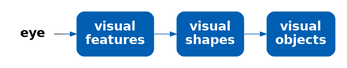
Before: Diagrams/visual-processing.png, a diagram exported from Graphviz (pmur002/hdvw). Its source is kept beside it as Diagrams/visual-processing.dot.
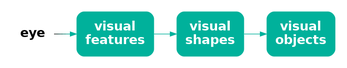
After the commit.

Diff of the diagram source:
```diff
@@ -3,12 +3,12 @@
   node [ fontsize=20; fontname="sans bold"; margin=.2 ];
   eye [ label="eye"; shape=none; ]
   basic [ label="visual\nfeatures"; shape=box;
-       style="filled, rounded"; penwidth=0; fontcolor=white; fillcolor="#005FB2" ]
+       style="filled, rounded"; penwidth=0; fontcolor=white; fillcolor="#00B19B" ]
   shapes [ label="visual\nshapes"; shape=box;
-        style="filled, rounded"; penwidth=0; fontcolor=white; fillcolor="#005FB2" ]
+        style="filled, rounded"; penwidth=0; fontcolor=white; fillcolor="#00B19B" ]
   objects [ label="visual\nobjects"; shape=box;
-         style="filled, rounded"; penwidth=0; fontcolor=white; fillcolor="#005FB2" ]
-  eye -> basic [ color="#000000;0.1:#000B14;0.1:#001528;0.1:#00203B;0.1:#002A4F;0.1:#003563;0.1:#003F77;0.1:#004A8A;0.1:#00549E;0.1:#005FB2;0.1" ]
-  basic -> shapes [ color="#005FB2" ]
-  shapes -> objects [ color="#005FB2" ]
+         style="filled, rounded"; penwidth=0; fontcolor=white; fillcolor="#00B19B" ]
+  eye -> basic [ color="#000000;0.1:#001411;0.1:#002722;0.1:#003B34;0.1:#004F45;0.1:#006256;0.1:#007667;0.1:#008A79;0.1:#009D8A;0.1:#00B19B;0.1" ]
+  basic -> shapes [ color="#00B19B" ]
+  shapes -> objects [ color="#00B19B" ]
 }
```
